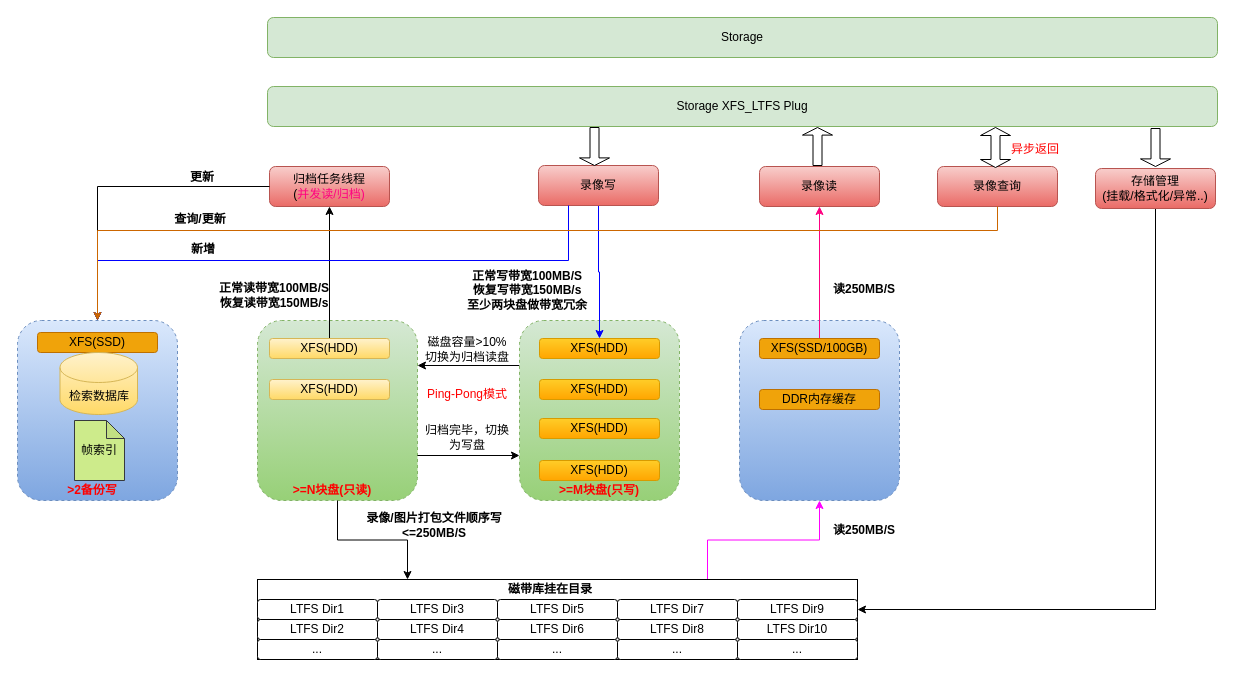
Above: Cidai.drawio in snowolfhawk/ceph-scripts (draw.io), before the change. Source tidied: cells renumbered, new cells numbered last; positions are measured from the earlier drawing's top-left corner, leaving out a move shared by most shapes. Both pictures are drawn from the tidied source at 100%, with x=0, y=0 at pixel (17, 17).
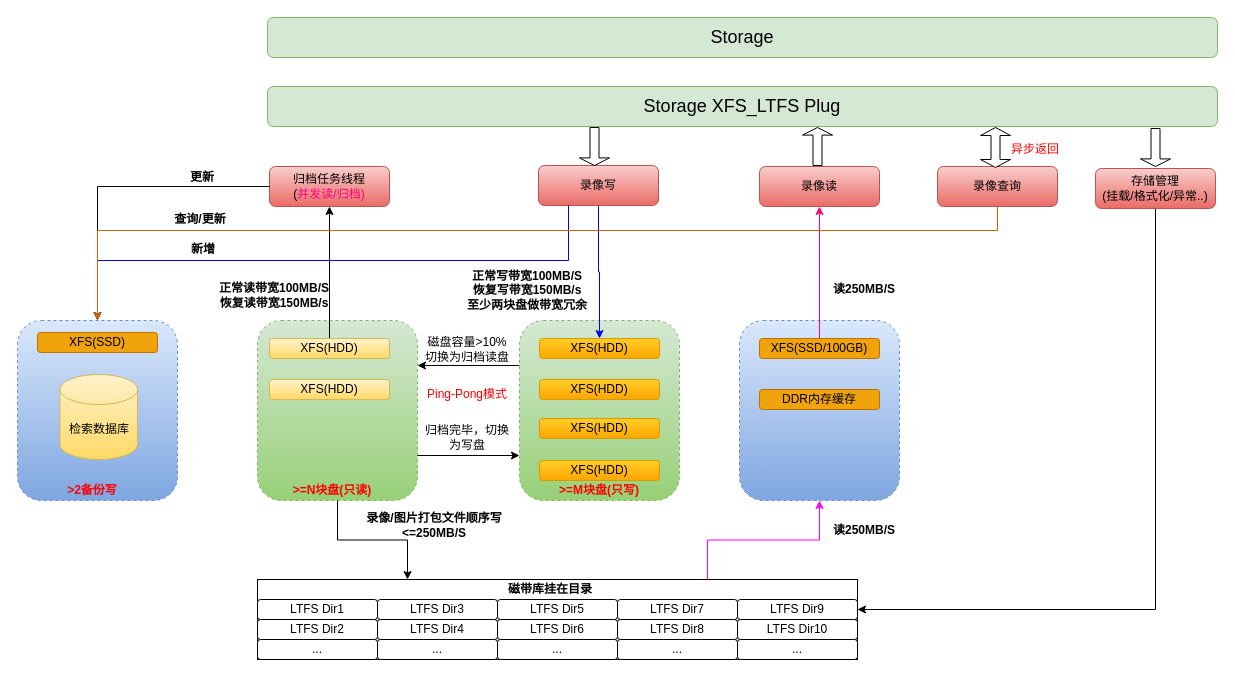
The same page after the edit.

The change refers to these unchanged cells:
```xml
<mxCell id="2" style="group;" parent="1" vertex="1">
  <mxGeometry width="1200" height="642" as="geometry" />
</mxCell>
```

What changed in the source:
```diff
@@
     <mxCell id="55" value="检索数据库" style="shape=cylinder3;whiteSpace=wrap;html=1;boundedLbl=1;backgroundOutline=1;size=15;fillColor=#fff2cc;gradientColor=#ffd966;strokeColor=#d6b656;" parent="2" vertex="1">
-      <mxGeometry x="42.5" y="335" width="77.5" height="62" as="geometry" />
+      <mxGeometry x="42.5" y="357" width="77.5" height="85" as="geometry" />
     </mxCell>
@@
-    <mxCell id="58" value="帧索引" style="shape=note;whiteSpace=wrap;html=1;backgroundOutline=1;darkOpacity=0.05;size=18;fillColor=#cdeb8b;strokeColor=#36393d;" parent="2" vertex="1">
-      <mxGeometry x="57" y="403" width="50" height="60" as="geometry" />
-    </mxCell>
-    <mxCell id="59" value="Storage XFS_LTFS Plug" style="rounded=1;whiteSpace=wrap;html=1;fillColor=#d5e8d4;strokeColor=#82b366;" parent="2" vertex="1">
+    <mxCell id="59" value="&lt;font style=&quot;font-size: 18px;&quot;&gt;Storage XFS_LTFS Plug&lt;/font&gt;" style="rounded=1;whiteSpace=wrap;html=1;fillColor=#d5e8d4;strokeColor=#82b366;" parent="2" vertex="1">
       <mxGeometry x="250" y="69" width="950" height="40" as="geometry" />
     </mxCell>
-    <mxCell id="60" value="Storage" style="rounded=1;whiteSpace=wrap;html=1;fillColor=#d5e8d4;strokeColor=#82b366;" parent="2" vertex="1">
+    <mxCell id="60" value="&lt;font style=&quot;font-size: 18px;&quot;&gt;Storage&lt;/font&gt;" style="rounded=1;whiteSpace=wrap;html=1;fillColor=#d5e8d4;strokeColor=#82b366;" parent="2" vertex="1">
       <mxGeometry x="250" width="950" height="40" as="geometry" />
     </mxCell>
```
